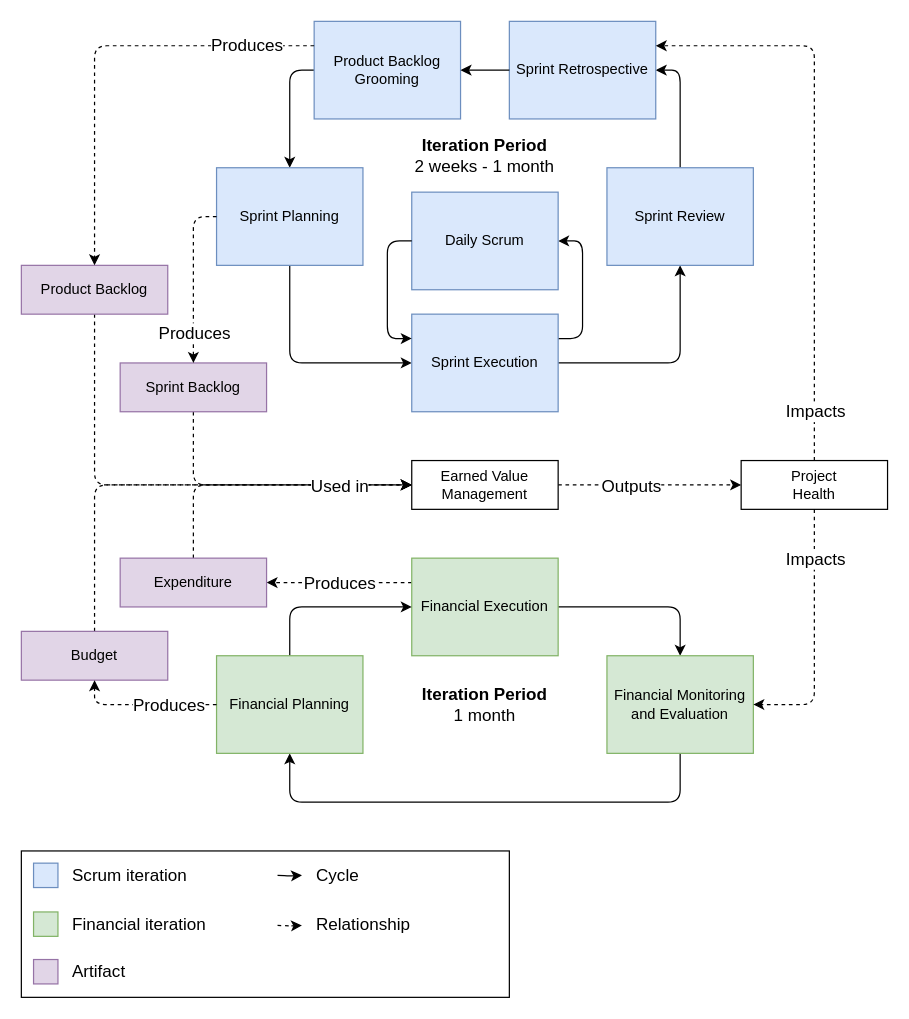
Above: page "Page-1" (1 of 2) of design/scrum-evm-diagram.drawio in gldnpz17/skripsi-app (draw.io), before the change. Source tidied: cells renumbered, new cells numbered last; positions are measured from the earlier drawing's top-left corner, leaving out a move shared by most shapes. Both pictures are drawn from the tidied source at 122%, with x=0, y=0 at pixel (21, 21).
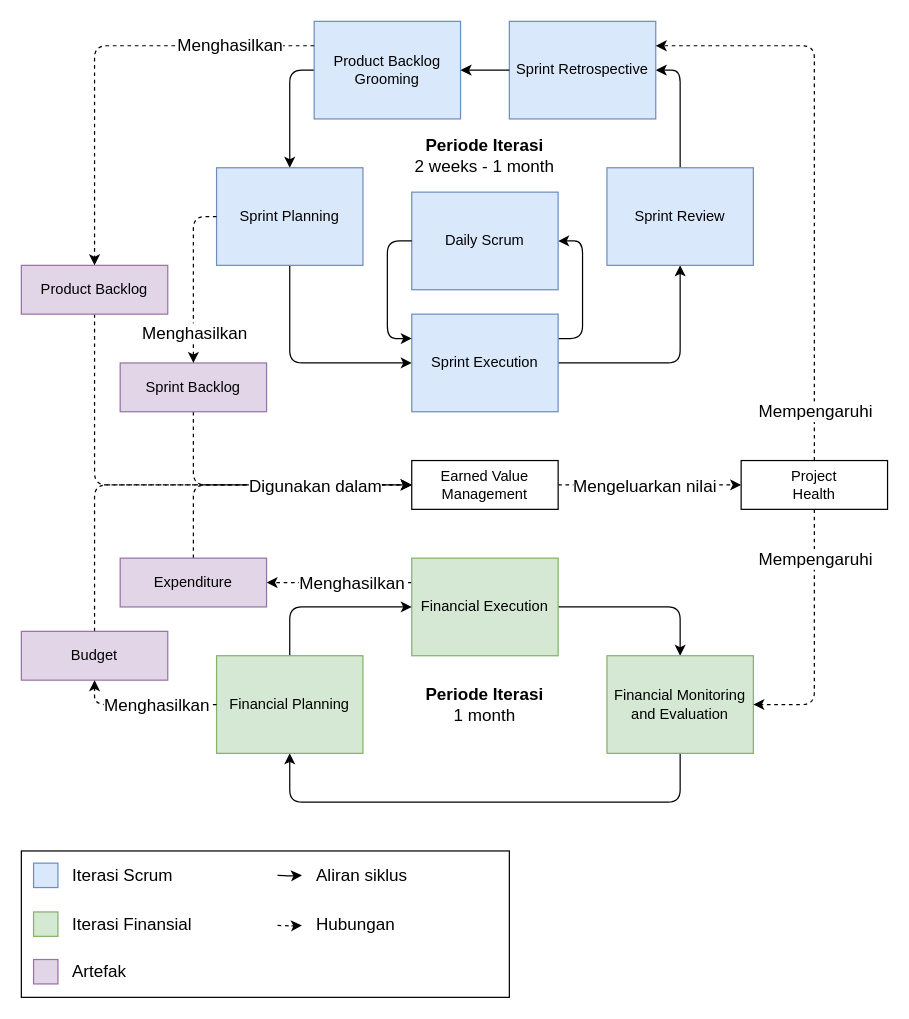
After the change.

The change refers to these unchanged cells:
```xml
<mxCell id="20" style="edgeStyle=orthogonalEdgeStyle;html=1;entryX=1;entryY=0.5;entryDx=0;entryDy=0;exitX=0;exitY=0.25;exitDx=0;exitDy=0;dashed=1;" parent="1" edge="1" source="22" target="30">
  <mxGeometry relative="1" as="geometry" />
</mxCell>
<mxCell id="28" style="edgeStyle=orthogonalEdgeStyle;html=1;entryX=0;entryY=0.5;entryDx=0;entryDy=0;exitX=0.5;exitY=0;exitDx=0;exitDy=0;dashed=1;" parent="1" edge="1" source="30" target="34">
  <mxGeometry relative="1" as="geometry" />
</mxCell>
<mxCell id="32" style="edgeStyle=orthogonalEdgeStyle;html=1;entryX=0;entryY=0.5;entryDx=0;entryDy=0;dashed=1;" parent="1" edge="1" source="34" target="35">
  <mxGeometry relative="1" as="geometry" />
</mxCell>
<mxCell id="36" style="edgeStyle=orthogonalEdgeStyle;html=1;entryX=0.5;entryY=1;entryDx=0;entryDy=0;exitX=0;exitY=0.5;exitDx=0;exitDy=0;dashed=1;" parent="1" edge="1" source="31" target="27">
  <mxGeometry relative="1" as="geometry" />
</mxCell>
<mxCell id="38" style="edgeStyle=orthogonalEdgeStyle;html=1;entryX=0.5;entryY=0;entryDx=0;entryDy=0;exitX=0;exitY=0.5;exitDx=0;exitDy=0;dashed=1;" parent="1" edge="1" source="5" target="18">
  <mxGeometry relative="1" as="geometry" />
</mxCell>
<mxCell id="40" style="edgeStyle=orthogonalEdgeStyle;html=1;entryX=0.5;entryY=0;entryDx=0;entryDy=0;exitX=0;exitY=0.25;exitDx=0;exitDy=0;dashed=1;" parent="1" edge="1" source="3" target="16">
  <mxGeometry relative="1" as="geometry" />
</mxCell>
<mxCell id="42" style="edgeStyle=orthogonalEdgeStyle;html=1;entryX=1;entryY=0.5;entryDx=0;entryDy=0;dashed=1;exitX=0.5;exitY=1;exitDx=0;exitDy=0;" parent="1" edge="1" source="35" target="24">
  <mxGeometry relative="1" as="geometry" />
</mxCell>
<mxCell id="44" style="edgeStyle=orthogonalEdgeStyle;html=1;dashed=1;exitX=0.5;exitY=0;exitDx=0;exitDy=0;entryX=1;entryY=0.25;entryDx=0;entryDy=0;" parent="1" edge="1" source="35" target="12">
  <mxGeometry relative="1" as="geometry" />
</mxCell>
<mxCell id="48" style="group;" parent="1" vertex="1">
  <mxGeometry y="680" width="400" height="120" as="geometry" />
</mxCell>
<mxCell id="50" style="group;" parent="48" vertex="1">
  <mxGeometry x="10" y="5" width="190" height="30" as="geometry" />
</mxCell>
<mxCell id="53" style="group;" parent="48" vertex="1">
  <mxGeometry x="10" y="45" width="190" height="30" as="geometry" />
</mxCell>
<mxCell id="56" style="group;" parent="48" vertex="1">
  <mxGeometry x="10" y="84" width="190" height="30" as="geometry" />
</mxCell>
```

Change to the diagram source:
```diff
@@
-    <mxCell id="21" value="Produces" style="edgeLabel;html=1;align=center;verticalAlign=middle;fontSize=14;" parent="20" vertex="1">
+    <mxCell id="21" value="Menghasilkan" style="edgeLabel;html=1;align=center;verticalAlign=middle;fontSize=14;" parent="20" vertex="1">
       <mxGeometry x="0.17" relative="1" as="geometry">
-        <mxPoint x="10" as="offset" />
+        <mxPoint x="20" as="offset" />
       </mxGeometry>
     </mxCell>
@@
-    <mxCell id="29" value="Used in" style="edgeLabel;html=1;align=center;verticalAlign=middle;fontSize=14;" parent="28" vertex="1">
+    <mxCell id="29" value="Digunakan dalam" style="edgeLabel;html=1;align=center;verticalAlign=middle;fontSize=14;" parent="28" vertex="1">
       <mxGeometry x="0.43" relative="1" as="geometry">
-        <mxPoint x="8" as="offset" />
+        <mxPoint x="-12" as="offset" />
       </mxGeometry>
     </mxCell>
@@
-    <mxCell id="33" value="Outputs" style="edgeLabel;html=1;align=center;verticalAlign=middle;fontSize=14;" parent="32" vertex="1">
+    <mxCell id="33" value="Mengeluarkan nilai" style="edgeLabel;html=1;align=center;verticalAlign=middle;fontSize=14;" parent="32" vertex="1">
       <mxGeometry x="-0.66" y="2" relative="1" as="geometry">
-        <mxPoint x="34" y="2" as="offset" />
+        <mxPoint x="45" y="2" as="offset" />
       </mxGeometry>
     </mxCell>
@@
-    <mxCell id="37" value="Produces" style="edgeLabel;html=1;align=center;verticalAlign=middle;fontSize=14;" parent="36" vertex="1">
+    <mxCell id="37" value="Menghasilkan" style="edgeLabel;html=1;align=center;verticalAlign=middle;fontSize=14;" parent="36" vertex="1">
       <mxGeometry x="-0.44" y="-1" relative="1" as="geometry">
-        <mxPoint x="-6" y="1" as="offset" />
+        <mxPoint x="-16" y="1" as="offset" />
       </mxGeometry>
     </mxCell>
@@
-    <mxCell id="39" value="Produces" style="edgeLabel;html=1;align=center;verticalAlign=middle;fontSize=14;" parent="38" vertex="1">
+    <mxCell id="39" value="Menghasilkan" style="edgeLabel;html=1;align=center;verticalAlign=middle;fontSize=14;" parent="38" vertex="1">
       <mxGeometry x="-0.01" y="2" relative="1" as="geometry">
         <mxPoint x="-2" y="45" as="offset" />
       </mxGeometry>
     </mxCell>
@@
-    <mxCell id="41" value="Produces" style="edgeLabel;html=1;align=center;verticalAlign=middle;fontSize=14;" parent="40" vertex="1">
-      <mxGeometry x="-0.69" relative="1" as="geometry" />
+    <mxCell id="41" value="Menghasilkan" style="edgeLabel;html=1;align=center;verticalAlign=middle;fontSize=14;" parent="40" vertex="1">
+      <mxGeometry x="-0.69" relative="1" as="geometry">
+        <mxPoint x="-14" as="offset" />
+      </mxGeometry>
     </mxCell>
@@
-    <mxCell id="43" value="Impacts" style="edgeLabel;html=1;align=center;verticalAlign=middle;fontSize=14;" parent="42" vertex="1">
+    <mxCell id="43" value="Mempengaruhi" style="edgeLabel;html=1;align=center;verticalAlign=middle;fontSize=14;" parent="42" vertex="1">
       <mxGeometry x="-0.75" y="1" relative="1" as="geometry">
         <mxPoint x="-1" y="14" as="offset" />
       </mxGeometry>
     </mxCell>
@@
-    <mxCell id="45" value="Impacts" style="edgeLabel;html=1;align=center;verticalAlign=middle;fontSize=14;" parent="44" vertex="1">
+    <mxCell id="45" value="Mempengaruhi" style="edgeLabel;html=1;align=center;verticalAlign=middle;fontSize=14;" parent="44" vertex="1">
       <mxGeometry x="-0.57" relative="1" as="geometry">
         <mxPoint y="60" as="offset" />
       </mxGeometry>
     </mxCell>
-    <mxCell id="46" value="&lt;font style=&quot;font-size: 14px;&quot;&gt;&lt;b&gt;Iteration Period&lt;/b&gt;&lt;br&gt;2 weeks - 1 month&lt;/font&gt;" style="text;html=1;strokeColor=none;fillColor=none;align=center;verticalAlign=middle;whiteSpace=wrap;rounded=0;" parent="1" vertex="1">
+    <mxCell id="46" value="&lt;font style=&quot;font-size: 14px;&quot;&gt;&lt;b&gt;Periode Iterasi&lt;/b&gt;&lt;br&gt;2 weeks - 1 month&lt;/font&gt;" style="text;html=1;strokeColor=none;fillColor=none;align=center;verticalAlign=middle;whiteSpace=wrap;rounded=0;" parent="1" vertex="1">
       <mxGeometry x="320" y="95" width="120" height="30" as="geometry" />
     </mxCell>
-    <mxCell id="47" value="&lt;font style=&quot;font-size: 14px;&quot;&gt;&lt;b&gt;Iteration Period&lt;/b&gt;&lt;br&gt;1 month&lt;/font&gt;" style="text;html=1;strokeColor=none;fillColor=none;align=center;verticalAlign=middle;whiteSpace=wrap;rounded=0;" parent="1" vertex="1">
+    <mxCell id="47" value="&lt;font style=&quot;font-size: 14px;&quot;&gt;&lt;b&gt;Periode Iterasi&lt;/b&gt;&lt;br&gt;1 month&lt;/font&gt;" style="text;html=1;strokeColor=none;fillColor=none;align=center;verticalAlign=middle;whiteSpace=wrap;rounded=0;" parent="1" vertex="1">
       <mxGeometry x="320" y="545" width="120" height="30" as="geometry" />
     </mxCell>
@@
-    <mxCell id="51" value="Scrum iteration" style="text;html=1;strokeColor=none;fillColor=none;align=left;verticalAlign=middle;whiteSpace=wrap;rounded=0;fontSize=14;" parent="50" vertex="1">
+    <mxCell id="51" value="Iterasi Scrum" style="text;html=1;strokeColor=none;fillColor=none;align=left;verticalAlign=middle;whiteSpace=wrap;rounded=0;fontSize=14;" parent="50" vertex="1">
       <mxGeometry x="30" width="160" height="30" as="geometry" />
     </mxCell>
@@
-    <mxCell id="54" value="Financial iteration" style="text;html=1;strokeColor=none;fillColor=none;align=left;verticalAlign=middle;whiteSpace=wrap;rounded=0;fontSize=14;" parent="53" vertex="1">
+    <mxCell id="54" value="Iterasi Finansial" style="text;html=1;strokeColor=none;fillColor=none;align=left;verticalAlign=middle;whiteSpace=wrap;rounded=0;fontSize=14;" parent="53" vertex="1">
       <mxGeometry x="30" width="160" height="30" as="geometry" />
     </mxCell>
@@
-    <mxCell id="57" value="Artifact" style="text;html=1;strokeColor=none;fillColor=none;align=left;verticalAlign=middle;whiteSpace=wrap;rounded=0;fontSize=14;" parent="56" vertex="1">
+    <mxCell id="57" value="Artefak" style="text;html=1;strokeColor=none;fillColor=none;align=left;verticalAlign=middle;whiteSpace=wrap;rounded=0;fontSize=14;" parent="56" vertex="1">
       <mxGeometry x="30" width="160" height="30" as="geometry" />
     </mxCell>
@@
-    <mxCell id="60" value="Cycle" style="text;html=1;strokeColor=none;fillColor=none;align=left;verticalAlign=middle;whiteSpace=wrap;rounded=0;fontSize=14;" parent="48" vertex="1">
+    <mxCell id="60" value="Aliran siklus" style="text;html=1;strokeColor=none;fillColor=none;align=left;verticalAlign=middle;whiteSpace=wrap;rounded=0;fontSize=14;" parent="48" vertex="1">
       <mxGeometry x="240" y="5" width="160" height="30" as="geometry" />
     </mxCell>
@@
-    <mxCell id="62" value="Relationship" style="text;html=1;strokeColor=none;fillColor=none;align=left;verticalAlign=middle;whiteSpace=wrap;rounded=0;fontSize=14;" parent="48" vertex="1">
+    <mxCell id="62" value="Hubungan" style="text;html=1;strokeColor=none;fillColor=none;align=left;verticalAlign=middle;whiteSpace=wrap;rounded=0;fontSize=14;" parent="48" vertex="1">
       <mxGeometry x="240" y="45" width="160" height="30" as="geometry" />
     </mxCell>
```
